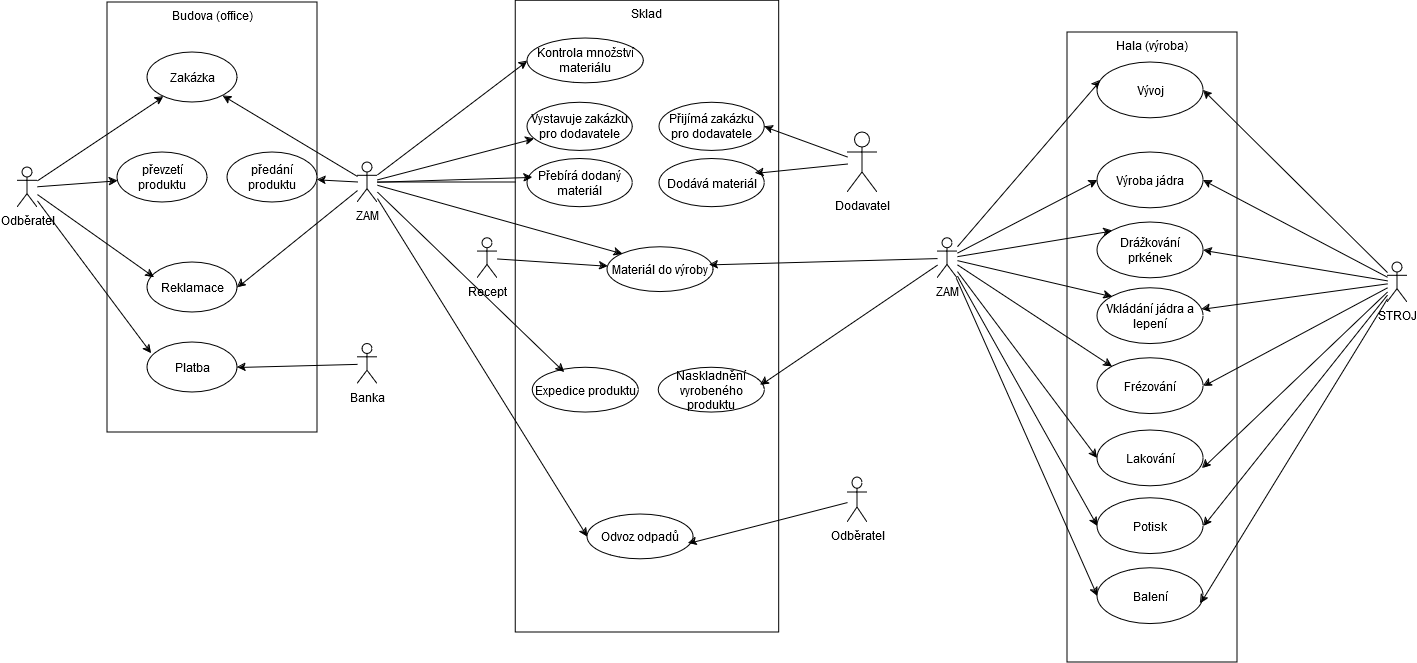
KarelMasa/pg keeps this draw.io diagram as SW_ING/Tužka_usecase.png. Above is the earlier version. Source tidied: cells renumbered, new cells last; positions are measured from the earlier drawing's top-left corner, leaving out a move shared by most shapes.
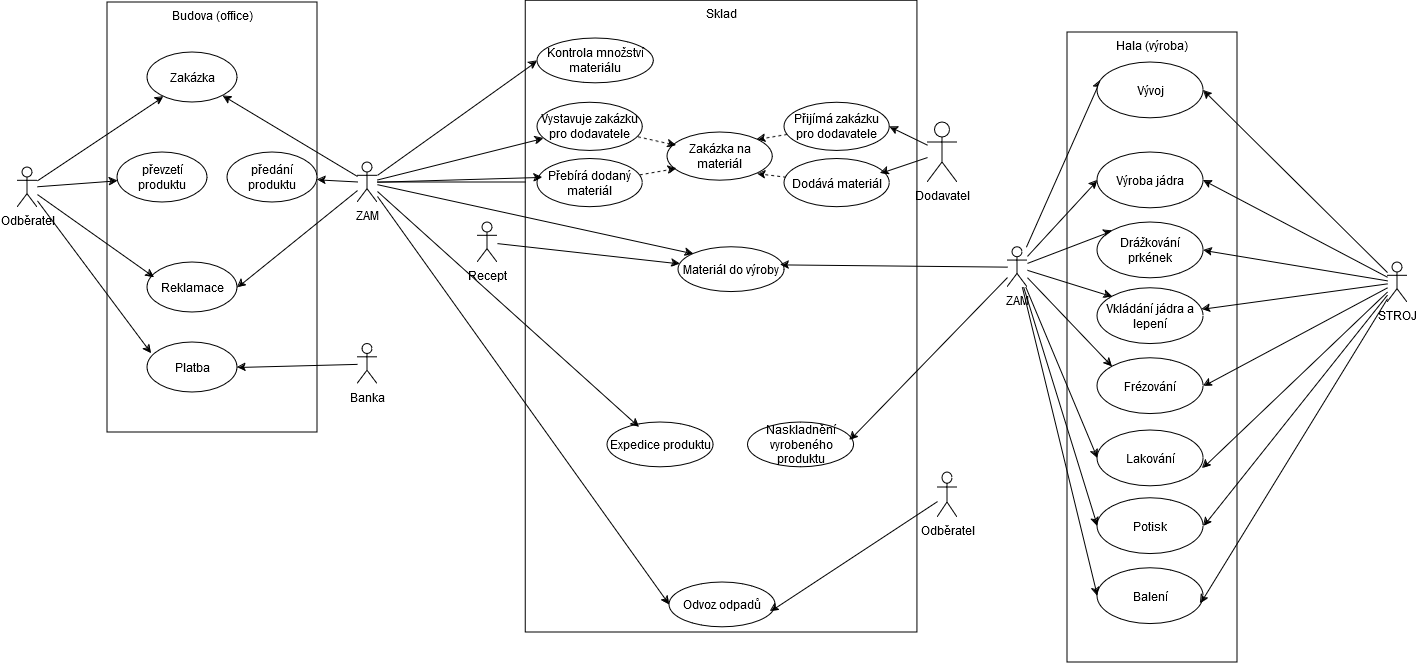
Above is the later version.

Change to the diagram source:
```diff
@@ -30,7 +30,7 @@
       <mxGeometry relative="1" as="geometry" />
     </mxCell>
     <mxCell id="11" value="Recept" style="shape=umlActor;verticalLabelPosition=bottom;verticalAlign=top;html=1;" parent="1" vertex="1">
-      <mxGeometry x="460" y="237.8" width="20" height="40" as="geometry" />
+      <mxGeometry x="460" y="222" width="20" height="40" as="geometry" />
     </mxCell>
     <mxCell id="12" style="rounded=0;jettySize=auto;html=1;" parent="1" edge="1" source="20" target="5">
       <mxGeometry relative="1" as="geometry" />
@@ -60,13 +60,13 @@
       <mxGeometry x="340" y="162" width="20" height="40" as="geometry" />
     </mxCell>
     <mxCell id="21" style="group;" parent="1" vertex="1">
-      <mxGeometry x="500" y="22" width="261.7" height="610" as="geometry" />
+      <mxGeometry x="510" y="22" width="390" height="610" as="geometry" />
     </mxCell>
     <mxCell id="22" value="Sklad" style="html=1;whiteSpace=wrap;verticalAlign=top;" parent="21" vertex="1">
-      <mxGeometry x="-1.7" y="-21.7" width="263.4" height="631.7" as="geometry" />
+      <mxGeometry x="-1.7" y="-21.7" width="391.7" height="631.7" as="geometry" />
     </mxCell>
     <mxCell id="23" value="&lt;div&gt;Materiál do výroby&lt;/div&gt;" style="ellipse;whiteSpace=wrap;html=1;" parent="21" vertex="1">
-      <mxGeometry x="90" y="224.7" width="106" height="44.8" as="geometry" />
+      <mxGeometry x="151" y="224.7" width="106" height="44.8" as="geometry" />
     </mxCell>
     <mxCell id="24" value="Kontrola množství materiálu" style="ellipse;whiteSpace=wrap;html=1;" parent="21" vertex="1">
       <mxGeometry x="10" y="16.1" width="116.3" height="44.8" as="geometry" />
@@ -74,24 +74,39 @@
     <mxCell id="25" value="Vystavuje zakázku pro dodavatele" style="ellipse;whiteSpace=wrap;html=1;" parent="21" vertex="1">
       <mxGeometry x="10" y="80.3" width="105.3" height="48.2" as="geometry" />
     </mxCell>
+    <mxCell id="74" style="rounded=0;jettySize=auto;html=1;entryX=1;entryY=0;entryDx=0;entryDy=0;dashed=1;" parent="21" edge="1" source="26" target="76">
+      <mxGeometry relative="1" as="geometry" />
+    </mxCell>
     <mxCell id="26" value="Přijímá zakázku pro dodavatele" style="ellipse;whiteSpace=wrap;html=1;" parent="21" vertex="1">
-      <mxGeometry x="142" y="80.3" width="105.3" height="48.2" as="geometry" />
+      <mxGeometry x="257" y="80.3" width="105.3" height="48.2" as="geometry" />
     </mxCell>
+    <mxCell id="75" style="rounded=0;jettySize=auto;html=1;entryX=1;entryY=1;entryDx=0;entryDy=0;dashed=1;" parent="21" edge="1" source="27" target="76">
+      <mxGeometry relative="1" as="geometry" />
+    </mxCell>
     <mxCell id="27" value="Dodává materiál" style="ellipse;whiteSpace=wrap;html=1;" parent="21" vertex="1">
-      <mxGeometry x="142" y="136.4" width="105.3" height="48.2" as="geometry" />
+      <mxGeometry x="257" y="136.4" width="105.3" height="48.2" as="geometry" />
     </mxCell>
     <mxCell id="28" value="Přebírá dodaný materiál" style="ellipse;whiteSpace=wrap;html=1;" parent="21" vertex="1">
       <mxGeometry x="10" y="136.4" width="105.3" height="48.2" as="geometry" />
     </mxCell>
     <mxCell id="29" value="Naskladnění vyrobeného produktu" style="ellipse;whiteSpace=wrap;html=1;" parent="21" vertex="1">
-      <mxGeometry x="141.2" y="345.1" width="106" height="44.8" as="geometry" />
+      <mxGeometry x="220.5" y="400" width="106" height="44.8" as="geometry" />
     </mxCell>
     <mxCell id="30" value="Odvoz odpadů" style="ellipse;whiteSpace=wrap;html=1;" parent="21" vertex="1">
-      <mxGeometry x="70" y="492" width="106" height="44.8" as="geometry" />
+      <mxGeometry x="142" y="560" width="106" height="44.8" as="geometry" />
     </mxCell>
     <mxCell id="31" value="Expedice produktu" style="ellipse;whiteSpace=wrap;html=1;" parent="21" vertex="1">
-      <mxGeometry x="15.1" y="345.1" width="106" height="44.8" as="geometry" />
+      <mxGeometry x="80" y="400" width="106" height="44.8" as="geometry" />
     </mxCell>
+    <mxCell id="76" value="Zakázka na materiál" style="ellipse;whiteSpace=wrap;html=1;" parent="21" vertex="1">
+      <mxGeometry x="140" y="110" width="105.3" height="48.2" as="geometry" />
+    </mxCell>
+    <mxCell id="77" style="rounded=0;jettySize=auto;html=1;entryX=0.086;entryY=0.27;entryDx=0;entryDy=0;entryPerimeter=0;dashed=1;" parent="21" edge="1" source="25" target="76">
+      <mxGeometry relative="1" as="geometry" />
+    </mxCell>
+    <mxCell id="78" style="rounded=0;jettySize=auto;html=1;entryX=0.086;entryY=0.747;entryDx=0;entryDy=0;entryPerimeter=0;dashed=1;" parent="21" edge="1" source="28" target="76">
+      <mxGeometry relative="1" as="geometry" />
+    </mxCell>
     <mxCell id="32" style="rounded=0;jettySize=auto;html=1;entryX=0;entryY=0.5;entryDx=0;entryDy=0;" parent="1" edge="1" source="39" target="48">
       <mxGeometry relative="1" as="geometry" />
     </mxCell>
@@ -114,7 +129,7 @@
       <mxGeometry relative="1" as="geometry" />
     </mxCell>
     <mxCell id="39" value="ZAM" style="shape=umlActor;verticalLabelPosition=bottom;verticalAlign=top;html=1;" parent="1" vertex="1">
-      <mxGeometry x="920" y="237.8" width="20" height="40" as="geometry" />
+      <mxGeometry x="990" y="246.7" width="20" height="40" as="geometry" />
     </mxCell>
     <mxCell id="40" style="rounded=0;jettySize=auto;html=1;entryX=0;entryY=0.5;entryDx=0;entryDy=0;" parent="1" edge="1" source="20" target="24">
       <mxGeometry relative="1" as="geometry" />
@@ -123,7 +138,7 @@
       <mxGeometry relative="1" as="geometry" />
     </mxCell>
     <mxCell id="42" value="Dodavatel" style="shape=umlActor;verticalLabelPosition=bottom;verticalAlign=top;html=1;" parent="1" vertex="1">
-      <mxGeometry x="830" y="132" width="30" height="60" as="geometry" />
+      <mxGeometry x="910" y="122" width="30" height="60" as="geometry" />
     </mxCell>
     <mxCell id="43" style="rounded=0;jettySize=auto;html=1;" parent="1" edge="1" source="20" target="25">
       <mxGeometry relative="1" as="geometry" />
@@ -213,7 +228,7 @@
       <mxGeometry relative="1" as="geometry" />
     </mxCell>
     <mxCell id="72" value="Odběratel" style="shape=umlActor;verticalLabelPosition=bottom;verticalAlign=top;html=1;" parent="1" vertex="1">
-      <mxGeometry x="830" y="477" width="20" height="45" as="geometry" />
+      <mxGeometry x="920" y="472" width="20" height="45" as="geometry" />
     </mxCell>
     <mxCell id="73" style="rounded=0;jettySize=auto;html=1;entryX=0.952;entryY=0.647;entryDx=0;entryDy=0;entryPerimeter=0;" parent="1" edge="1" source="72" target="30">
       <mxGeometry relative="1" as="geometry" />
```
